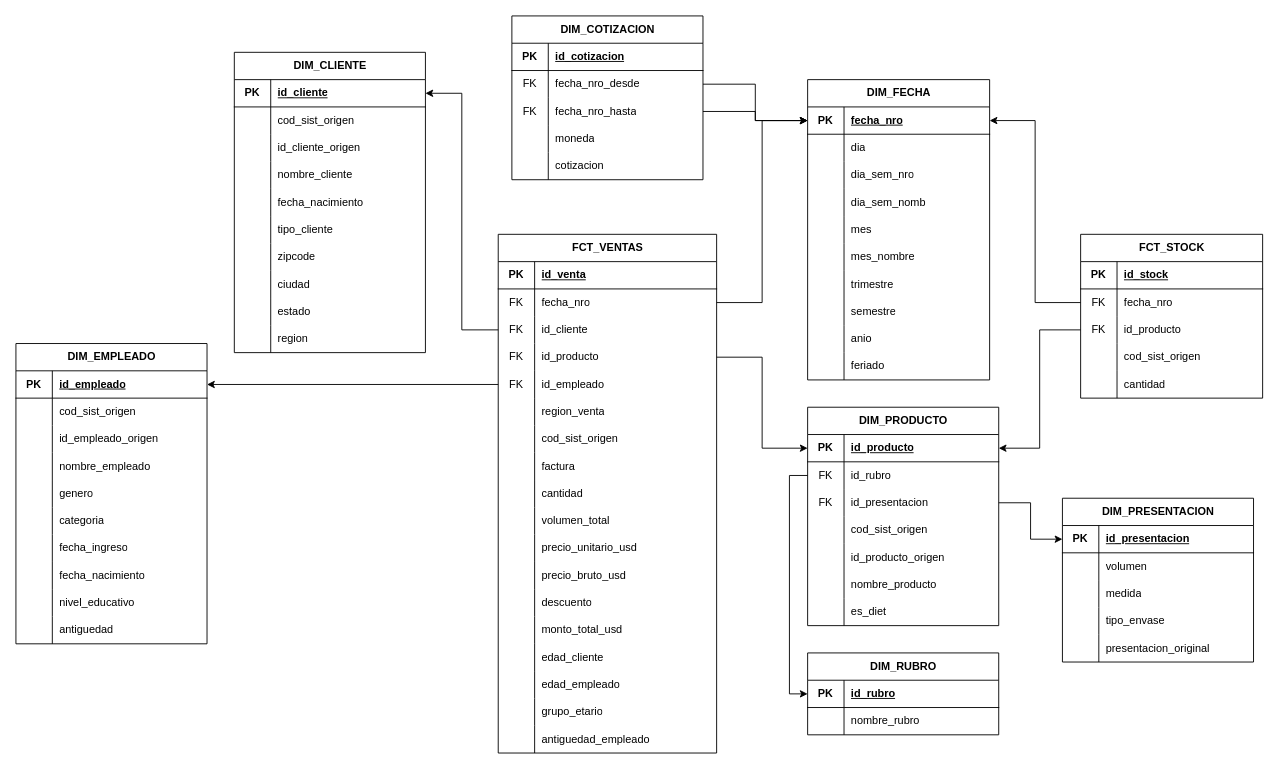
Earlier version of the draw.io diagram TP/TP_BD2_estrella.drawio (Ftedp/BBDD2-TUIA). Source tidied: cells renumbered, new cells numbered last; positions are measured from the earlier drawing's top-left corner, leaving out a move shared by most shapes. Both pictures are drawn from the tidied source at 91%, with x=0, y=0 at pixel (15, 15).
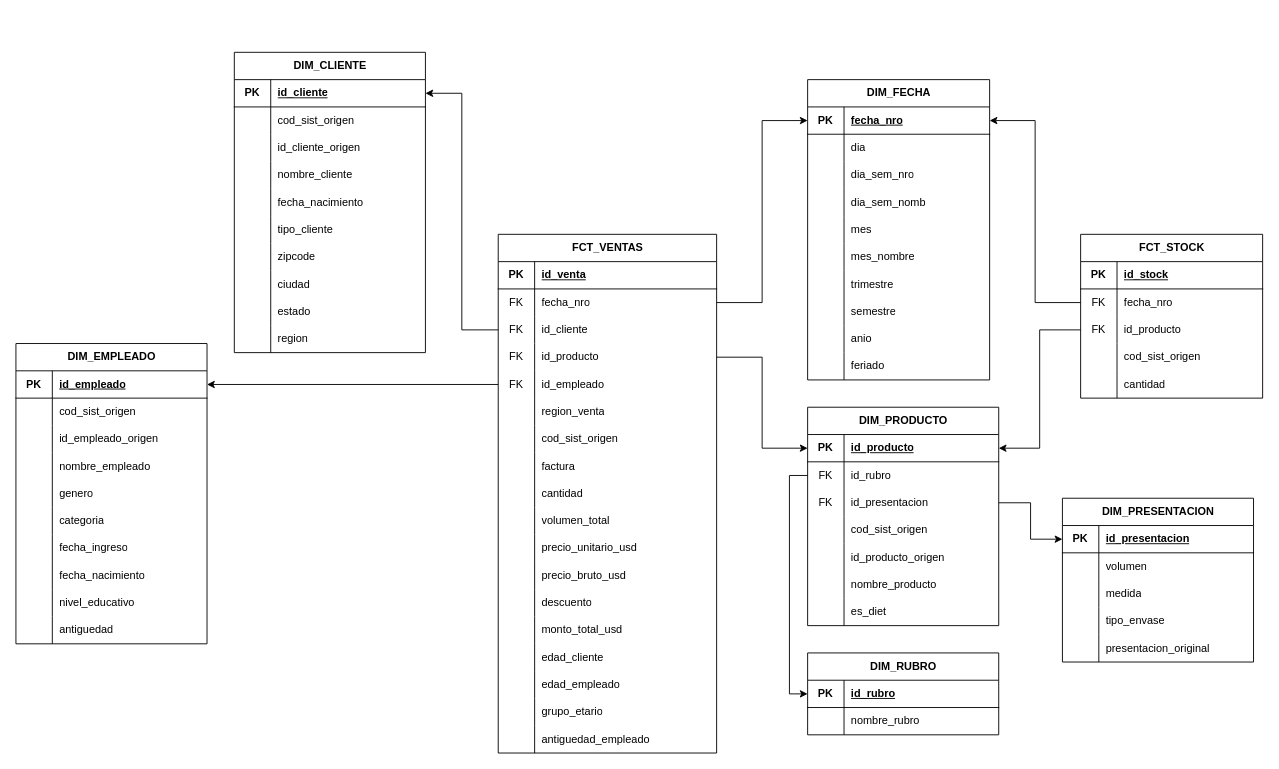
After the change.

Unchanged cells that the change refers to:
```xml
<mxCell id="3" style="shape=tableRow;horizontal=0;startSize=0;swimlaneHead=0;swimlaneBody=0;fillColor=none;points=[[0,0.5],[1,0.5]];portConstraint=eastwest;top=0;left=0;right=0;bottom=1;" parent="2" vertex="1">
  <mxGeometry y="30" width="200" height="30" as="geometry" />
</mxCell>
```

The edit, as a diff of the source:
```diff
@@
-    <mxCell id="194" value="DIM_COTIZACION" style="shape=table;startSize=30;childLayout=tableLayout;rowLines=0;fontStyle=1;align=center;html=1;" parent="1" vertex="1">
-      <mxGeometry x="545" width="210" height="180" as="geometry" />
-    </mxCell>
-    <mxCell id="195" style="shape=tableRow;horizontal=0;startSize=0;swimlaneHead=0;swimlaneBody=0;fillColor=none;top=0;left=0;right=0;bottom=1;" parent="194" vertex="1">
-      <mxGeometry y="30" width="210" height="30" as="geometry" />
-    </mxCell>
-    <mxCell id="196" value="PK" style="shape=partialRectangle;fillColor=none;top=0;left=0;bottom=0;right=0;fontStyle=1;overflow=hidden;whiteSpace=wrap;html=1;" parent="195" vertex="1">
-      <mxGeometry width="40" height="30" as="geometry" />
-    </mxCell>
-    <mxCell id="197" value="id_cotizacion" style="shape=partialRectangle;fillColor=none;top=0;left=0;bottom=0;right=0;align=left;spacingLeft=6;fontStyle=5;overflow=hidden;whiteSpace=wrap;html=1;" parent="195" vertex="1">
-      <mxGeometry x="40" width="170" height="30" as="geometry" />
-    </mxCell>
-    <mxCell id="198" style="shape=tableRow;horizontal=0;startSize=0;swimlaneHead=0;swimlaneBody=0;fillColor=none;points=[[0,0.5],[1,0.5]];portConstraint=eastwest;top=0;left=0;right=0;bottom=0;" parent="194" vertex="1">
-      <mxGeometry y="60" width="210" height="30" as="geometry" />
-    </mxCell>
-    <mxCell id="199" value="FK" style="shape=partialRectangle;fillColor=none;top=0;left=0;bottom=0;right=0;overflow=hidden;whiteSpace=wrap;html=1;" parent="198" vertex="1">
-      <mxGeometry width="40" height="30" as="geometry" />
-    </mxCell>
-    <mxCell id="200" value="fecha_nro_desde" style="shape=partialRectangle;fillColor=none;top=0;left=0;bottom=0;right=0;align=left;spacingLeft=6;overflow=hidden;whiteSpace=wrap;html=1;" parent="198" vertex="1">
-      <mxGeometry x="40" width="170" height="30" as="geometry" />
-    </mxCell>
-    <mxCell id="201" style="shape=tableRow;horizontal=0;startSize=0;swimlaneHead=0;swimlaneBody=0;fillColor=none;points=[[0,0.5],[1,0.5]];portConstraint=eastwest;top=0;left=0;right=0;bottom=0;" parent="194" vertex="1">
-      <mxGeometry y="90" width="210" height="30" as="geometry" />
-    </mxCell>
-    <mxCell id="202" value="FK" style="shape=partialRectangle;fillColor=none;top=0;left=0;bottom=0;right=0;overflow=hidden;whiteSpace=wrap;html=1;" parent="201" vertex="1">
-      <mxGeometry width="40" height="30" as="geometry" />
-    </mxCell>
-    <mxCell id="203" value="fecha_nro_hasta" style="shape=partialRectangle;fillColor=none;top=0;left=0;bottom=0;right=0;align=left;spacingLeft=6;overflow=hidden;whiteSpace=wrap;html=1;" parent="201" vertex="1">
-      <mxGeometry x="40" width="170" height="30" as="geometry" />
-    </mxCell>
-    <mxCell id="204" style="shape=tableRow;horizontal=0;startSize=0;swimlaneHead=0;swimlaneBody=0;fillColor=none;top=0;left=0;right=0;bottom=0;" parent="194" vertex="1">
-      <mxGeometry y="120" width="210" height="30" as="geometry" />
-    </mxCell>
-    <mxCell id="205" style="shape=partialRectangle;fillColor=none;top=0;left=0;bottom=0;right=0;overflow=hidden;whiteSpace=wrap;html=1;" parent="204" vertex="1">
-      <mxGeometry width="40" height="30" as="geometry" />
-    </mxCell>
-    <mxCell id="206" value="moneda" style="shape=partialRectangle;fillColor=none;top=0;left=0;bottom=0;right=0;align=left;spacingLeft=6;overflow=hidden;whiteSpace=wrap;html=1;" parent="204" vertex="1">
-      <mxGeometry x="40" width="170" height="30" as="geometry" />
-    </mxCell>
-    <mxCell id="207" style="shape=tableRow;horizontal=0;startSize=0;swimlaneHead=0;swimlaneBody=0;fillColor=none;top=0;left=0;right=0;bottom=0;" parent="194" vertex="1">
-      <mxGeometry y="150" width="210" height="30" as="geometry" />
-    </mxCell>
-    <mxCell id="208" style="shape=partialRectangle;fillColor=none;top=0;left=0;bottom=0;right=0;overflow=hidden;whiteSpace=wrap;html=1;" parent="207" vertex="1">
-      <mxGeometry width="40" height="30" as="geometry" />
-    </mxCell>
-    <mxCell id="209" value="cotizacion" style="shape=partialRectangle;fillColor=none;top=0;left=0;bottom=0;right=0;align=left;spacingLeft=6;overflow=hidden;whiteSpace=wrap;html=1;" parent="207" vertex="1">
-      <mxGeometry x="40" width="170" height="30" as="geometry" />
-    </mxCell>
@@
-    <mxCell id="235" style="edgeStyle=orthogonalEdgeStyle;rounded=0;jettySize=auto;html=1;exitX=1;exitY=0.5;exitDx=0;exitDy=0;entryX=0;entryY=0.5;entryDx=0;entryDy=0;" parent="1" edge="1" source="198" target="3">
-      <mxGeometry relative="1" as="geometry" />
-    </mxCell>
-    <mxCell id="236" style="edgeStyle=orthogonalEdgeStyle;rounded=0;jettySize=auto;html=1;exitX=1;exitY=0.5;exitDx=0;exitDy=0;entryX=0;entryY=0.5;entryDx=0;entryDy=0;" parent="1" edge="1" source="201" target="3">
-      <mxGeometry relative="1" as="geometry" />
-    </mxCell>
```
